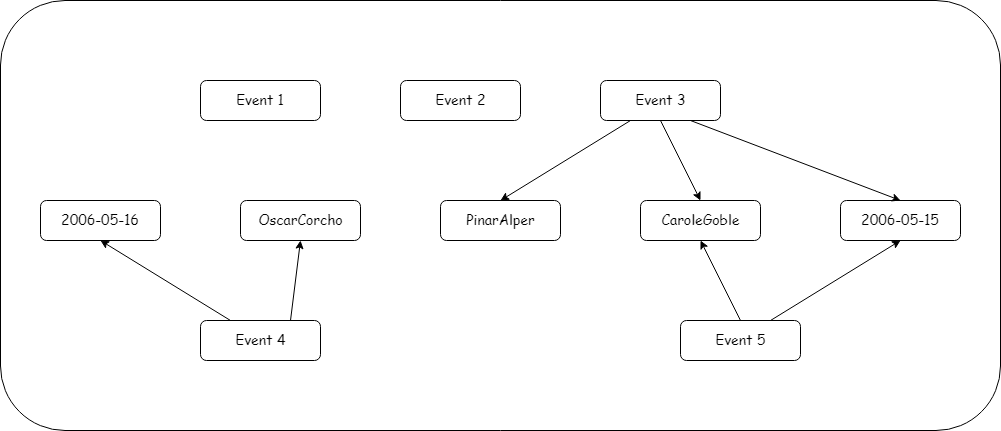
FacultadInformatica-LinkedData/Curso2019-2020 keeps this draw.io diagram as Assignment2/NoeliaGarrido.png. Above is the earlier version. Source tidied: cells renumbered, new cells last; positions are measured from the earlier drawing's top-left corner, leaving out a move shared by most shapes.
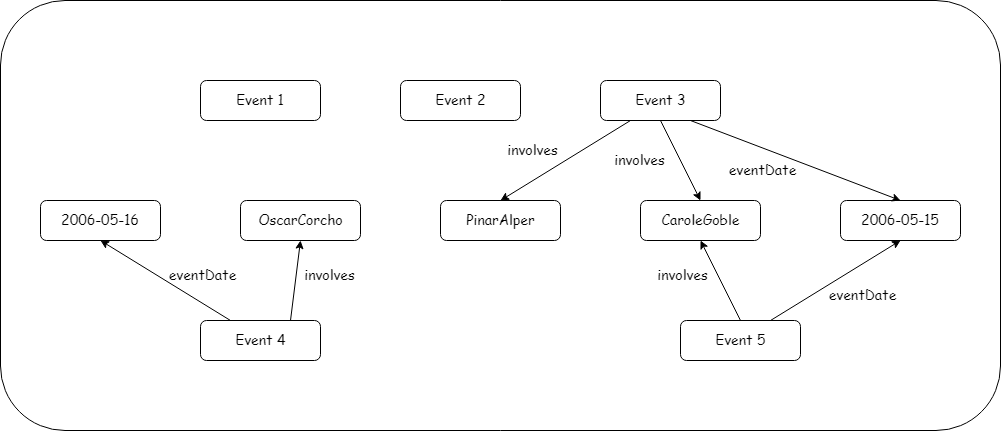
The same file after the commit.

The edit, as a diff of the source:
```diff
@@ -86,5 +86,26 @@
     <mxCell id="29" style="endArrow=classic;html=1;fontSize=14;exitX=0.75;exitY=1;exitDx=0;exitDy=0;entryX=0.5;entryY=0;entryDx=0;entryDy=0;" parent="1" edge="1" source="7" target="23">
       <mxGeometry relative="1" as="geometry" />
     </mxCell>
+    <mxCell id="30" value="&lt;font face=&quot;Comic Sans MS&quot;&gt;involves&lt;/font&gt;" style="text;html=1;strokeColor=none;fillColor=none;align=center;verticalAlign=middle;whiteSpace=wrap;rounded=0;fontSize=14;" parent="1" vertex="1">
+      <mxGeometry x="493" y="140" width="77" height="20" as="geometry" />
+    </mxCell>
+    <mxCell id="31" value="&lt;font face=&quot;Comic Sans MS&quot;&gt;involves&lt;/font&gt;" style="text;html=1;strokeColor=none;fillColor=none;align=center;verticalAlign=middle;whiteSpace=wrap;rounded=0;fontSize=14;" parent="1" vertex="1">
+      <mxGeometry x="600" y="150" width="77" height="20" as="geometry" />
+    </mxCell>
+    <mxCell id="32" value="&lt;font face=&quot;Comic Sans MS&quot;&gt;eventDate&lt;/font&gt;" style="text;html=1;strokeColor=none;fillColor=none;align=center;verticalAlign=middle;whiteSpace=wrap;rounded=0;fontSize=14;" parent="1" vertex="1">
+      <mxGeometry x="723" y="160" width="77" height="20" as="geometry" />
+    </mxCell>
+    <mxCell id="33" value="&lt;font face=&quot;Comic Sans MS&quot;&gt;involves&lt;/font&gt;" style="text;html=1;strokeColor=none;fillColor=none;align=center;verticalAlign=middle;whiteSpace=wrap;rounded=0;fontSize=14;" parent="1" vertex="1">
+      <mxGeometry x="290" y="265" width="77" height="20" as="geometry" />
+    </mxCell>
+    <mxCell id="34" value="&lt;font face=&quot;Comic Sans MS&quot;&gt;eventDate&lt;/font&gt;" style="text;html=1;strokeColor=none;fillColor=none;align=center;verticalAlign=middle;whiteSpace=wrap;rounded=0;fontSize=14;" parent="1" vertex="1">
+      <mxGeometry x="163" y="265" width="77" height="20" as="geometry" />
+    </mxCell>
+    <mxCell id="35" value="&lt;font face=&quot;Comic Sans MS&quot;&gt;involves&lt;/font&gt;" style="text;html=1;strokeColor=none;fillColor=none;align=center;verticalAlign=middle;whiteSpace=wrap;rounded=0;fontSize=14;" parent="1" vertex="1">
+      <mxGeometry x="643" y="265" width="77" height="20" as="geometry" />
+    </mxCell>
+    <mxCell id="36" value="&lt;font face=&quot;Comic Sans MS&quot;&gt;eventDate&lt;/font&gt;" style="text;html=1;strokeColor=none;fillColor=none;align=center;verticalAlign=middle;whiteSpace=wrap;rounded=0;fontSize=14;" parent="1" vertex="1">
+      <mxGeometry x="823" y="285" width="77" height="20" as="geometry" />
+    </mxCell>
   </root>
 </mxGraphModel>
```
